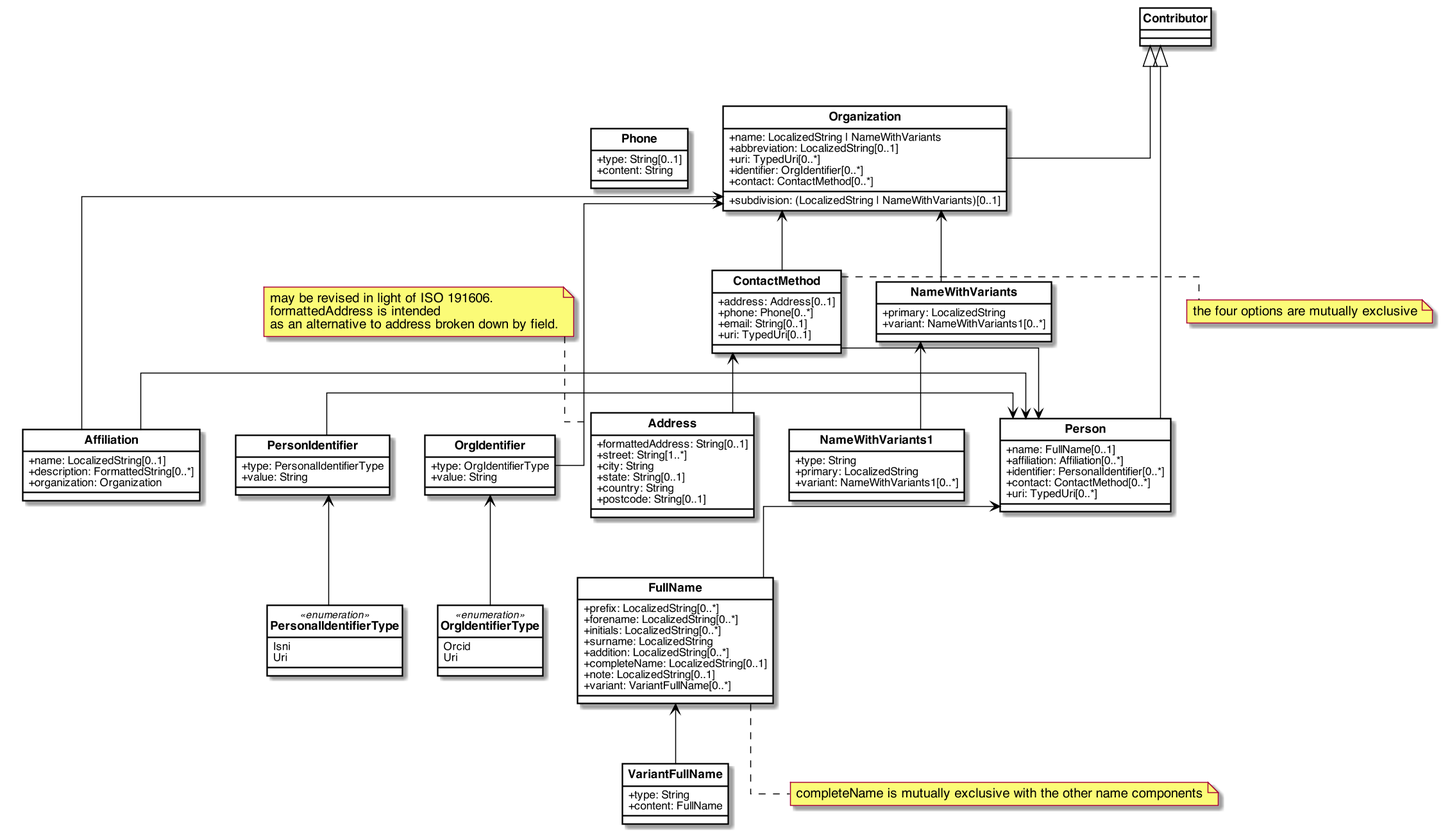
Before: images/RelBib_Contributor.png, a diagram exported from PlantUML (relaton/relaton-models).
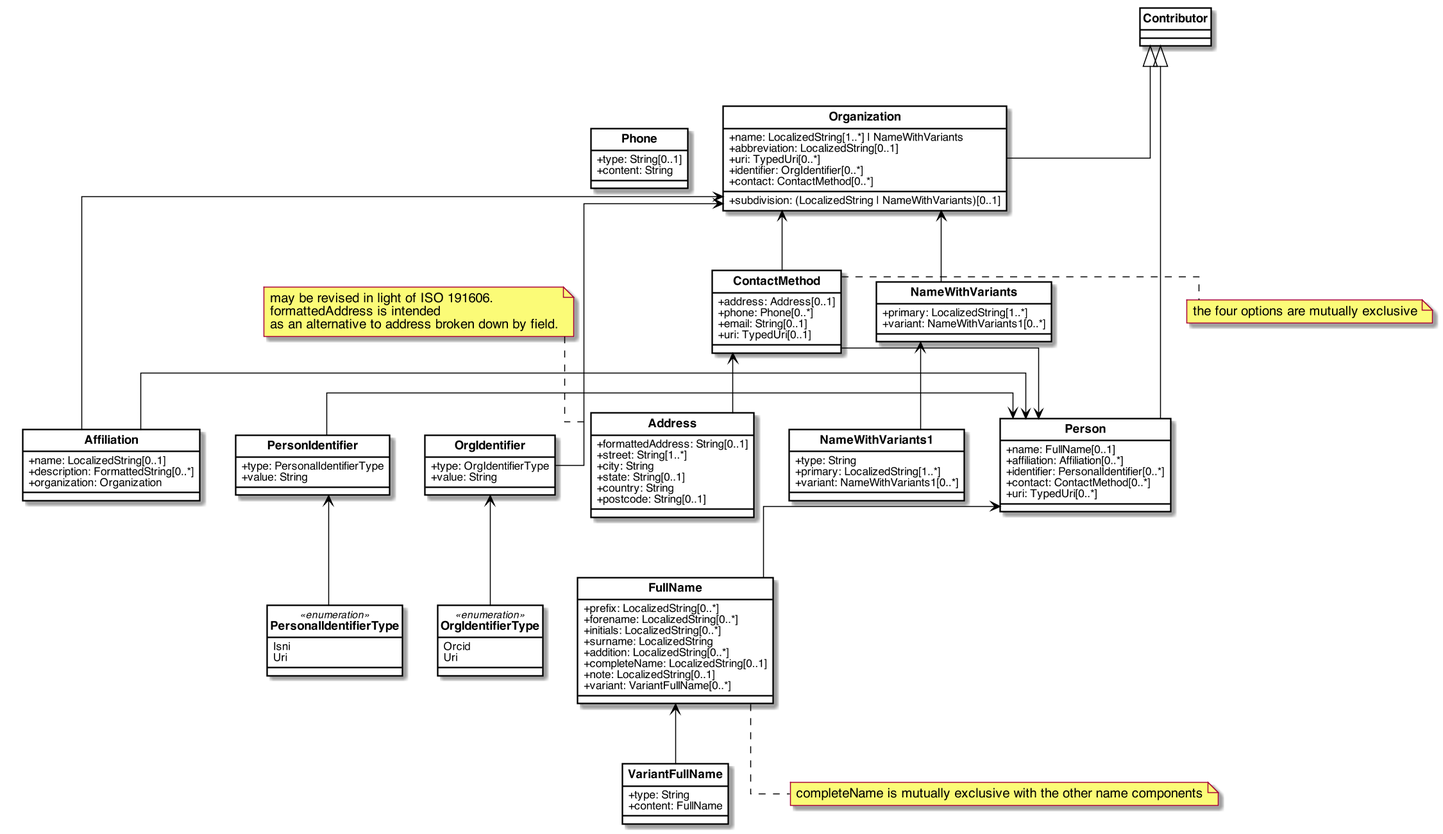
Later version of the same file.

Commit message:
org name cardinalities

What changed in the source:
```diff
@@ -67,7 +67,7 @@
     }
 
     class Organization{
-        +name: LocalizedString | NameWithVariants
+        +name: LocalizedString[1..*] | NameWithVariants
         +subdivision: (LocalizedString | NameWithVariants)[0..1]
         +abbreviation: LocalizedString[0..1]
         +uri: TypedUri[0..*]
@@ -76,13 +76,13 @@
     }
 
     class NameWithVariants{
-        +primary: LocalizedString
+        +primary: LocalizedString[1..*]
         +variant: NameWithVariants1[0..*]
     }
 
    class NameWithVariants1{
         +type: String
-        +primary: LocalizedString
+        +primary: LocalizedString[1..*]
         +variant: NameWithVariants1[0..*]
    }
 
```
